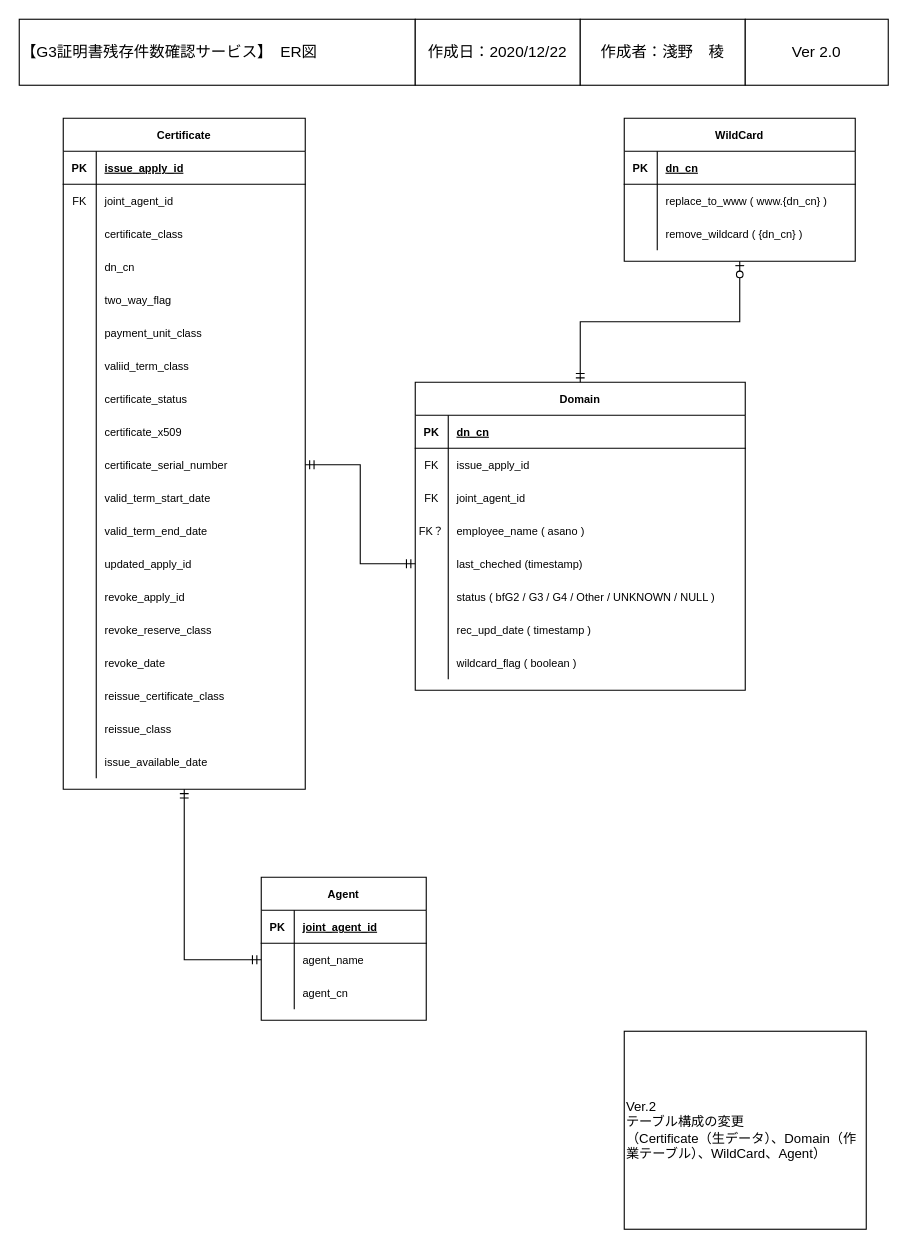
r-asano/kaihatsubuKenshu keeps this draw.io diagram as page "ER図" (3 of 6) of UMLDiagram.drawio. Above is the earlier version. Source tidied: cells renumbered, new cells numbered last; positions are measured from the earlier drawing's top-left corner, leaving out a move shared by most shapes. Both pictures are drawn from the tidied source at 110%, with x=0, y=0 at pixel (19, 19).
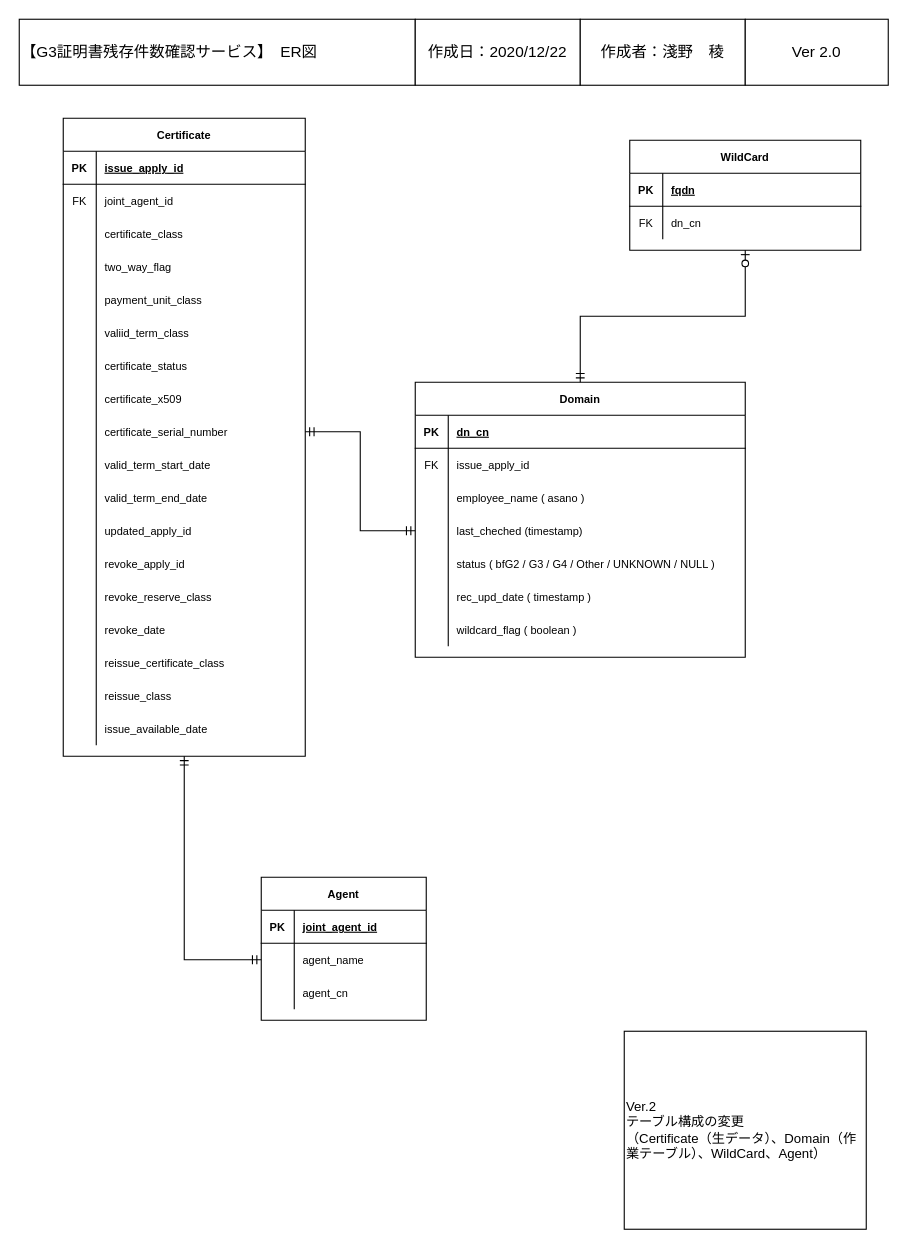
After the change.

The change refers to these unchanged cells:
```xml
<mxCell id="43" style="shape=partialRectangle;fillColor=none;top=0;left=0;right=0;bottom=1;fontSize=10;" parent="42" vertex="1">
  <mxGeometry y="30" width="210" height="30" as="geometry" />
</mxCell>
<mxCell id="46" style="shape=partialRectangle;fillColor=none;top=0;left=0;right=0;bottom=0;fontSize=10;" parent="42" vertex="1">
  <mxGeometry y="60" width="210" height="30" as="geometry" />
</mxCell>
```

What changed in the source:
```diff
@@
     <mxCell id="2" value="Domain" style="shape=table;startSize=30;childLayout=tableLayout;rowLines=0;fontStyle=1;align=center;fontSize=10;" parent="1" vertex="1">
-      <mxGeometry x="360" y="330" width="300" height="280" as="geometry" />
+      <mxGeometry x="360" y="330" width="300" height="250" as="geometry" />
     </mxCell>
@@
-    <mxCell id="9" style="shape=partialRectangle;fillColor=none;top=0;left=0;right=0;bottom=0;fontSize=10;" parent="2" vertex="1">
-      <mxGeometry y="90" width="300" height="30" as="geometry" />
-    </mxCell>
-    <mxCell id="10" value="FK" style="shape=partialRectangle;overflow=hidden;fillColor=none;top=0;left=0;bottom=0;right=0;fontSize=10;" parent="9" vertex="1">
-      <mxGeometry width="30" height="30" as="geometry" />
-    </mxCell>
-    <mxCell id="11" value="joint_agent_id" style="shape=partialRectangle;overflow=hidden;fillColor=none;top=0;left=0;bottom=0;right=0;align=left;spacingLeft=6;fontSize=10;" parent="9" vertex="1">
-      <mxGeometry x="30" width="270" height="30" as="geometry" />
-    </mxCell>
     <mxCell id="12" style="shape=partialRectangle;fillColor=none;top=0;left=0;right=0;bottom=0;fontSize=10;" parent="2" vertex="1">
-      <mxGeometry y="120" width="300" height="30" as="geometry" />
+      <mxGeometry y="90" width="300" height="30" as="geometry" />
     </mxCell>
-    <mxCell id="13" value="FK？" style="shape=partialRectangle;overflow=hidden;fillColor=none;top=0;left=0;bottom=0;right=0;fontSize=10;" parent="12" vertex="1">
+    <mxCell id="13" style="shape=partialRectangle;overflow=hidden;fillColor=none;top=0;left=0;bottom=0;right=0;fontSize=10;" parent="12" vertex="1">
       <mxGeometry width="30" height="30" as="geometry" />
     </mxCell>
@@
     <mxCell id="15" style="shape=partialRectangle;fillColor=none;points=[[0,0.5],[1,0.5]];portConstraint=eastwest;top=0;left=0;right=0;bottom=0;fontSize=10;" parent="2" vertex="1">
-      <mxGeometry y="150" width="300" height="30" as="geometry" />
+      <mxGeometry y="120" width="300" height="30" as="geometry" />
     </mxCell>
@@
     <mxCell id="18" style="shape=partialRectangle;fillColor=none;top=0;left=0;right=0;bottom=0;fontSize=10;" parent="2" vertex="1">
-      <mxGeometry y="180" width="300" height="30" as="geometry" />
+      <mxGeometry y="150" width="300" height="30" as="geometry" />
     </mxCell>
@@
     <mxCell id="21" style="shape=partialRectangle;fillColor=none;top=0;left=0;right=0;bottom=0;fontSize=10;" parent="2" vertex="1">
-      <mxGeometry y="210" width="300" height="30" as="geometry" />
+      <mxGeometry y="180" width="300" height="30" as="geometry" />
     </mxCell>
@@
     <mxCell id="24" style="shape=partialRectangle;fillColor=none;top=0;left=0;right=0;bottom=0;fontSize=10;" parent="2" vertex="1">
-      <mxGeometry y="240" width="300" height="30" as="geometry" />
+      <mxGeometry y="210" width="300" height="30" as="geometry" />
     </mxCell>
@@
     <mxCell id="42" value="WildCard" style="shape=table;startSize=30;childLayout=tableLayout;rowLines=0;fontStyle=1;align=center;fontSize=10;" parent="1" vertex="1">
-      <mxGeometry x="550" y="90" width="210" height="130" as="geometry" />
+      <mxGeometry x="555" y="110" width="210" height="100" as="geometry" />
     </mxCell>
@@
-    <mxCell id="45" value="dn_cn" style="shape=partialRectangle;overflow=hidden;fillColor=none;top=0;left=0;bottom=0;right=0;align=left;spacingLeft=6;fontStyle=5;fontSize=10;" parent="43" vertex="1">
+    <mxCell id="45" value="fqdn" style="shape=partialRectangle;overflow=hidden;fillColor=none;top=0;left=0;bottom=0;right=0;align=left;spacingLeft=6;fontStyle=5;fontSize=10;" parent="43" vertex="1">
       <mxGeometry x="30" width="180" height="30" as="geometry" />
     </mxCell>
@@
-    <mxCell id="47" style="shape=partialRectangle;overflow=hidden;fillColor=none;top=0;left=0;bottom=0;right=0;fontSize=10;" parent="46" vertex="1">
-      <mxGeometry width="30" height="30" as="geometry" />
-    </mxCell>
-    <mxCell id="48" value="replace_to_www ( www.{dn_cn} )" style="shape=partialRectangle;overflow=hidden;fillColor=none;top=0;left=0;bottom=0;right=0;align=left;spacingLeft=6;fontSize=10;" parent="46" vertex="1">
-      <mxGeometry x="30" width="180" height="30" as="geometry" />
-    </mxCell>
-    <mxCell id="49" style="shape=partialRectangle;fillColor=none;top=0;left=0;right=0;bottom=0;fontSize=10;" parent="42" vertex="1">
-      <mxGeometry y="90" width="210" height="30" as="geometry" />
-    </mxCell>
-    <mxCell id="50" style="shape=partialRectangle;overflow=hidden;fillColor=none;top=0;left=0;bottom=0;right=0;fontSize=10;" parent="49" vertex="1">
-      <mxGeometry width="30" height="30" as="geometry" />
-    </mxCell>
-    <mxCell id="51" value="remove_wildcard ( {dn_cn} )" style="shape=partialRectangle;overflow=hidden;fillColor=none;top=0;left=0;bottom=0;right=0;align=left;spacingLeft=6;fontSize=10;" parent="49" vertex="1">
-      <mxGeometry x="30" width="180" height="30" as="geometry" />
-    </mxCell>
+    <mxCell id="10" value="FK" style="shape=partialRectangle;overflow=hidden;fillColor=none;top=0;left=0;bottom=0;right=0;fontSize=10;" parent="46" vertex="1">
+      <mxGeometry width="30" height="30" as="geometry" />
+    </mxCell>
+    <mxCell id="64" value="dn_cn" style="shape=partialRectangle;overflow=hidden;fillColor=none;top=0;left=0;bottom=0;right=0;align=left;spacingLeft=6;fontSize=10;" parent="46" vertex="1">
+      <mxGeometry x="30" width="180" height="30" as="geometry" />
+    </mxCell>
     <mxCell id="52" value="Certificate" style="shape=table;startSize=30;childLayout=tableLayout;rowLines=0;fontStyle=1;align=center;fontSize=10;" parent="1" vertex="1">
-      <mxGeometry x="40" y="90" width="220" height="610" as="geometry" />
+      <mxGeometry x="40" y="90" width="220" height="580" as="geometry" />
     </mxCell>
@@
-    <mxCell id="62" style="shape=partialRectangle;fillColor=none;top=0;left=0;right=0;bottom=0;fontSize=10;" parent="52" vertex="1">
-      <mxGeometry y="120" width="220" height="30" as="geometry" />
-    </mxCell>
-    <mxCell id="63" style="shape=partialRectangle;overflow=hidden;fillColor=none;top=0;left=0;bottom=0;right=0;fontSize=10;" parent="62" vertex="1">
-      <mxGeometry width="30" height="30" as="geometry" />
-    </mxCell>
-    <mxCell id="64" value="dn_cn" style="shape=partialRectangle;overflow=hidden;fillColor=none;top=0;left=0;bottom=0;right=0;align=left;spacingLeft=6;fontSize=10;" parent="62" vertex="1">
-      <mxGeometry x="30" width="190" height="30" as="geometry" />
-    </mxCell>
     <mxCell id="65" style="shape=partialRectangle;fillColor=none;top=0;left=0;right=0;bottom=0;fontSize=10;" parent="52" vertex="1">
-      <mxGeometry y="150" width="220" height="30" as="geometry" />
+      <mxGeometry y="120" width="220" height="30" as="geometry" />
     </mxCell>
@@
     <mxCell id="68" style="shape=partialRectangle;fillColor=none;top=0;left=0;right=0;bottom=0;fontSize=10;" parent="52" vertex="1">
-      <mxGeometry y="180" width="220" height="30" as="geometry" />
+      <mxGeometry y="150" width="220" height="30" as="geometry" />
     </mxCell>
@@
     <mxCell id="71" style="shape=partialRectangle;fillColor=none;top=0;left=0;right=0;bottom=0;fontSize=10;" parent="52" vertex="1">
-      <mxGeometry y="210" width="220" height="30" as="geometry" />
+      <mxGeometry y="180" width="220" height="30" as="geometry" />
     </mxCell>
@@
     <mxCell id="74" style="shape=partialRectangle;fillColor=none;top=0;left=0;right=0;bottom=0;fontSize=10;" parent="52" vertex="1">
-      <mxGeometry y="240" width="220" height="30" as="geometry" />
+      <mxGeometry y="210" width="220" height="30" as="geometry" />
     </mxCell>
@@
     <mxCell id="77" style="shape=partialRectangle;fillColor=none;top=0;left=0;right=0;bottom=0;fontSize=10;" parent="52" vertex="1">
-      <mxGeometry y="270" width="220" height="30" as="geometry" />
+      <mxGeometry y="240" width="220" height="30" as="geometry" />
     </mxCell>
@@
     <mxCell id="80" style="shape=partialRectangle;fillColor=none;points=[[0,0.5],[1,0.5]];portConstraint=eastwest;top=0;left=0;right=0;bottom=0;fontSize=10;" parent="52" vertex="1">
-      <mxGeometry y="300" width="220" height="30" as="geometry" />
+      <mxGeometry y="270" width="220" height="30" as="geometry" />
     </mxCell>
@@
     <mxCell id="83" style="shape=partialRectangle;fillColor=none;top=0;left=0;right=0;bottom=0;fontSize=10;" parent="52" vertex="1">
-      <mxGeometry y="330" width="220" height="30" as="geometry" />
+      <mxGeometry y="300" width="220" height="30" as="geometry" />
     </mxCell>
@@
     <mxCell id="86" style="shape=partialRectangle;fillColor=none;top=0;left=0;right=0;bottom=0;fontSize=10;" parent="52" vertex="1">
-      <mxGeometry y="360" width="220" height="30" as="geometry" />
+      <mxGeometry y="330" width="220" height="30" as="geometry" />
     </mxCell>
@@
     <mxCell id="89" style="shape=partialRectangle;fillColor=none;top=0;left=0;right=0;bottom=0;fontSize=10;" parent="52" vertex="1">
-      <mxGeometry y="390" width="220" height="30" as="geometry" />
+      <mxGeometry y="360" width="220" height="30" as="geometry" />
     </mxCell>
@@
     <mxCell id="92" style="shape=partialRectangle;fillColor=none;top=0;left=0;right=0;bottom=0;fontSize=10;" parent="52" vertex="1">
-      <mxGeometry y="420" width="220" height="30" as="geometry" />
+      <mxGeometry y="390" width="220" height="30" as="geometry" />
     </mxCell>
@@
     <mxCell id="95" style="shape=partialRectangle;fillColor=none;top=0;left=0;right=0;bottom=0;fontSize=10;" parent="52" vertex="1">
-      <mxGeometry y="450" width="220" height="30" as="geometry" />
+      <mxGeometry y="420" width="220" height="30" as="geometry" />
     </mxCell>
@@
     <mxCell id="98" style="shape=partialRectangle;fillColor=none;top=0;left=0;right=0;bottom=0;fontSize=10;" parent="52" vertex="1">
-      <mxGeometry y="480" width="220" height="30" as="geometry" />
+      <mxGeometry y="450" width="220" height="30" as="geometry" />
     </mxCell>
@@
     <mxCell id="101" style="shape=partialRectangle;fillColor=none;top=0;left=0;right=0;bottom=0;fontSize=10;" parent="52" vertex="1">
-      <mxGeometry y="510" width="220" height="30" as="geometry" />
+      <mxGeometry y="480" width="220" height="30" as="geometry" />
     </mxCell>
@@
     <mxCell id="104" style="shape=partialRectangle;fillColor=none;top=0;left=0;right=0;bottom=0;fontSize=10;" parent="52" vertex="1">
-      <mxGeometry y="540" width="220" height="30" as="geometry" />
+      <mxGeometry y="510" width="220" height="30" as="geometry" />
     </mxCell>
@@
     <mxCell id="107" style="shape=partialRectangle;fillColor=none;top=0;left=0;right=0;bottom=0;fontSize=10;" parent="52" vertex="1">
-      <mxGeometry y="570" width="220" height="30" as="geometry" />
+      <mxGeometry y="540" width="220" height="30" as="geometry" />
     </mxCell>
```
